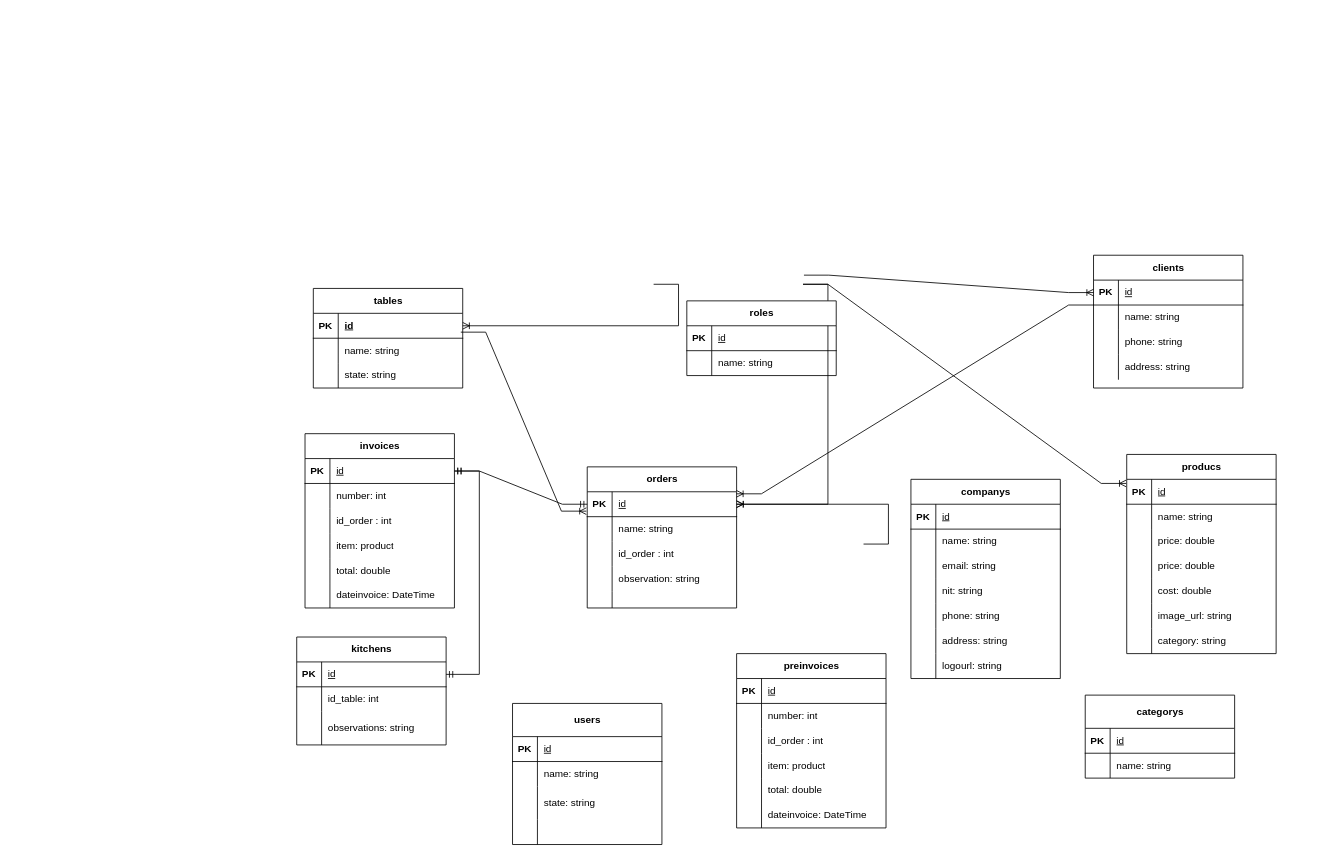
Before: page "ER" (2 of 3) of Documents/Diagrama sin título.drawio in KevinAlvarezD/RestAdmin, a draw.io diagram. Source tidied: cells renumbered, new cells numbered last; positions are measured from the earlier drawing's top-left corner, leaving out a move shared by most shapes. Both pictures are drawn from the tidied source at 83%, with x=0, y=0 at pixel (296, 222).
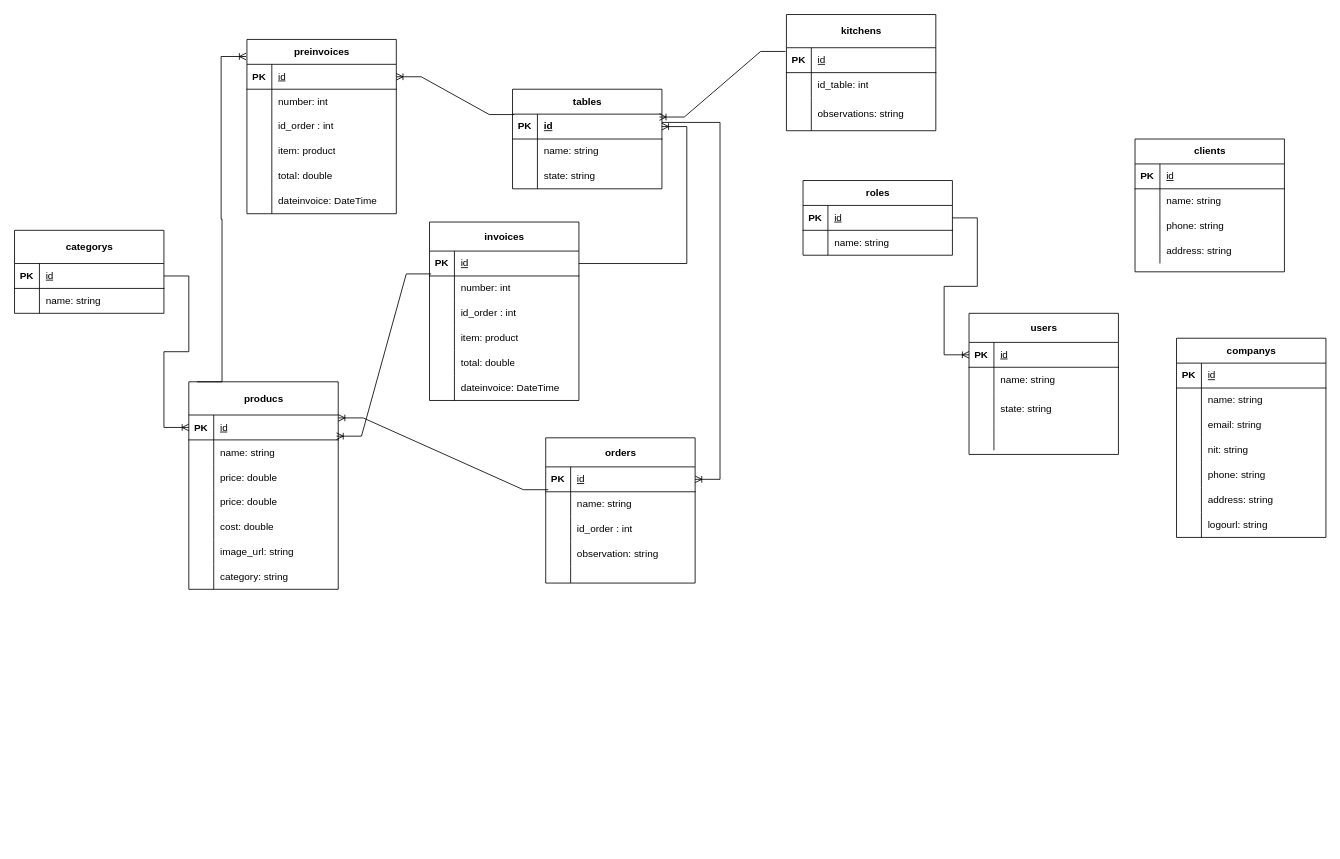
The same diagram, later.

Commit message:
the corresponding ratios are added

The change refers to these unchanged cells:
```xml
<mxCell id="38" style="shape=tableRow;horizontal=0;startSize=0;swimlaneHead=0;swimlaneBody=0;fillColor=none;points=[[0,0.5],[1,0.5]];portConstraint=eastwest;top=0;left=0;right=0;bottom=1;" parent="37" vertex="1">
  <mxGeometry y="30" width="180" height="30" as="geometry" />
</mxCell>
<mxCell id="80" style="shape=tableRow;horizontal=0;startSize=0;swimlaneHead=0;swimlaneBody=0;fillColor=none;points=[[0,0.5],[1,0.5]];portConstraint=eastwest;top=0;left=0;right=0;bottom=1;" parent="79" vertex="1">
  <mxGeometry y="30" width="180" height="30" as="geometry" />
</mxCell>
<mxCell id="115" style="shape=tableRow;horizontal=0;startSize=0;swimlaneHead=0;swimlaneBody=0;fillColor=none;points=[[0,0.5],[1,0.5]];portConstraint=eastwest;top=0;left=0;right=0;bottom=1;" parent="114" vertex="1">
  <mxGeometry y="30" width="180" height="30" as="geometry" />
</mxCell>
<mxCell id="122" style="shape=tableRow;horizontal=0;startSize=0;swimlaneHead=0;swimlaneBody=0;fillColor=none;points=[[0,0.5],[1,0.5]];portConstraint=eastwest;top=0;left=0;right=0;bottom=1;" parent="121" vertex="1">
  <mxGeometry y="30" width="180" height="30" as="geometry" />
</mxCell>
<mxCell id="163" style="shape=tableRow;horizontal=0;startSize=0;swimlaneHead=0;swimlaneBody=0;fillColor=none;points=[[0,0.5],[1,0.5]];portConstraint=eastwest;top=0;left=0;right=0;bottom=1;" parent="162" vertex="1">
  <mxGeometry y="40" width="180" height="30" as="geometry" />
</mxCell>
```

Change to the diagram source:
```diff
@@
-    <mxCell id="2" value="invoices" style="shape=table;startSize=30;childLayout=tableLayout;rowLines=0;fontStyle=1;align=center;html=1;" parent="1" vertex="1">
-      <mxGeometry x="10" y="255" width="180" height="210" as="geometry" />
+    <mxCell id="2" value="invoices" style="shape=table;startSize=35;childLayout=tableLayout;rowLines=0;fontStyle=1;align=center;html=1;" parent="1" vertex="1">
+      <mxGeometry x="160" width="180" height="215" as="geometry" />
     </mxCell>
     <mxCell id="3" style="shape=tableRow;horizontal=0;startSize=0;swimlaneHead=0;swimlaneBody=0;fillColor=none;points=[[0,0.5],[1,0.5]];portConstraint=eastwest;top=0;left=0;right=0;bottom=1;" parent="2" vertex="1">
-      <mxGeometry y="30" width="180" height="30" as="geometry" />
+      <mxGeometry y="35" width="180" height="30" as="geometry" />
     </mxCell>
@@
     <mxCell id="6" style="shape=tableRow;horizontal=0;startSize=0;swimlaneHead=0;swimlaneBody=0;fillColor=none;top=0;left=0;right=0;bottom=0;" parent="2" vertex="1">
-      <mxGeometry y="60" width="180" height="30" as="geometry" />
+      <mxGeometry y="65" width="180" height="30" as="geometry" />
     </mxCell>
@@
     <mxCell id="9" style="shape=tableRow;horizontal=0;startSize=0;swimlaneHead=0;swimlaneBody=0;fillColor=none;top=0;left=0;right=0;bottom=0;" parent="2" vertex="1">
-      <mxGeometry y="90" width="180" height="30" as="geometry" />
+      <mxGeometry y="95" width="180" height="30" as="geometry" />
     </mxCell>
@@
     <mxCell id="12" style="shape=tableRow;horizontal=0;startSize=0;swimlaneHead=0;swimlaneBody=0;fillColor=none;top=0;left=0;right=0;bottom=0;" parent="2" vertex="1">
-      <mxGeometry y="120" width="180" height="30" as="geometry" />
+      <mxGeometry y="125" width="180" height="30" as="geometry" />
     </mxCell>
@@
     <mxCell id="15" style="shape=tableRow;horizontal=0;startSize=0;swimlaneHead=0;swimlaneBody=0;fillColor=none;top=0;left=0;right=0;bottom=0;" parent="2" vertex="1">
-      <mxGeometry y="150" width="180" height="30" as="geometry" />
+      <mxGeometry y="155" width="180" height="30" as="geometry" />
     </mxCell>
@@
     <mxCell id="18" style="shape=tableRow;horizontal=0;startSize=0;swimlaneHead=0;swimlaneBody=0;fillColor=none;top=0;left=0;right=0;bottom=0;" parent="2" vertex="1">
-      <mxGeometry y="180" width="180" height="30" as="geometry" />
+      <mxGeometry y="185" width="180" height="30" as="geometry" />
     </mxCell>
@@
-    <mxCell id="21" value="orders" style="shape=table;startSize=30;childLayout=tableLayout;rowLines=0;fontStyle=1;align=center;html=1;" parent="1" vertex="1">
-      <mxGeometry x="350" y="295" width="180" height="170" as="geometry" />
+    <mxCell id="21" value="orders" style="shape=table;startSize=35;childLayout=tableLayout;rowLines=0;fontStyle=1;align=center;html=1;" parent="1" vertex="1">
+      <mxGeometry x="300" y="260" width="180" height="175" as="geometry" />
     </mxCell>
     <mxCell id="22" style="shape=tableRow;horizontal=0;startSize=0;swimlaneHead=0;swimlaneBody=0;fillColor=none;points=[[0,0.5],[1,0.5]];portConstraint=eastwest;top=0;left=0;right=0;bottom=1;" parent="21" vertex="1">
-      <mxGeometry y="30" width="180" height="30" as="geometry" />
+      <mxGeometry y="35" width="180" height="30" as="geometry" />
     </mxCell>
@@
     <mxCell id="25" style="shape=tableRow;horizontal=0;startSize=0;swimlaneHead=0;swimlaneBody=0;fillColor=none;points=[[0,0.5],[1,0.5]];portConstraint=eastwest;top=0;left=0;right=0;bottom=0;" parent="21" vertex="1">
-      <mxGeometry y="60" width="180" height="30" as="geometry" />
+      <mxGeometry y="65" width="180" height="30" as="geometry" />
     </mxCell>
@@
     <mxCell id="28" style="shape=tableRow;horizontal=0;startSize=0;swimlaneHead=0;swimlaneBody=0;fillColor=none;top=0;left=0;right=0;bottom=0;" parent="21" vertex="1">
-      <mxGeometry y="90" width="180" height="30" as="geometry" />
+      <mxGeometry y="95" width="180" height="30" as="geometry" />
     </mxCell>
@@
     <mxCell id="31" style="shape=tableRow;horizontal=0;startSize=0;swimlaneHead=0;swimlaneBody=0;fillColor=none;top=0;left=0;right=0;bottom=0;" parent="21" vertex="1">
-      <mxGeometry y="120" width="180" height="30" as="geometry" />
+      <mxGeometry y="125" width="180" height="30" as="geometry" />
     </mxCell>
@@
     <mxCell id="34" style="shape=tableRow;horizontal=0;startSize=0;swimlaneHead=0;swimlaneBody=0;fillColor=none;top=0;left=0;right=0;bottom=0;" parent="21" vertex="1">
-      <mxGeometry y="150" width="180" height="20" as="geometry" />
+      <mxGeometry y="155" width="180" height="20" as="geometry" />
     </mxCell>
@@
     <mxCell id="37" value="tables" style="shape=table;startSize=30;childLayout=tableLayout;rowLines=0;fontStyle=1;align=center;html=1;" parent="1" vertex="1">
-      <mxGeometry x="20" y="80" width="180" height="120" as="geometry" />
+      <mxGeometry x="260" y="-160" width="180" height="120" as="geometry" />
     </mxCell>
@@
-    <mxCell id="47" value="producs" style="shape=table;startSize=30;childLayout=tableLayout;rowLines=0;fontStyle=1;align=center;html=1;" parent="1" vertex="1">
-      <mxGeometry x="1000" y="280" width="180" height="240" as="geometry" />
+    <mxCell id="47" value="producs" style="shape=table;startSize=40;childLayout=tableLayout;rowLines=0;fontStyle=1;align=center;html=1;" parent="1" vertex="1">
+      <mxGeometry x="-130" y="192.5" width="180" height="250" as="geometry" />
     </mxCell>
     <mxCell id="48" style="shape=tableRow;horizontal=0;startSize=0;swimlaneHead=0;swimlaneBody=0;fillColor=none;points=[[0,0.5],[1,0.5]];portConstraint=eastwest;top=0;left=0;right=0;bottom=1;" parent="47" vertex="1">
-      <mxGeometry y="30" width="180" height="30" as="geometry" />
+      <mxGeometry y="40" width="180" height="30" as="geometry" />
     </mxCell>
@@
     <mxCell id="51" style="shape=tableRow;horizontal=0;startSize=0;swimlaneHead=0;swimlaneBody=0;fillColor=none;top=0;left=0;right=0;bottom=0;" parent="47" vertex="1">
-      <mxGeometry y="60" width="180" height="30" as="geometry" />
+      <mxGeometry y="70" width="180" height="30" as="geometry" />
     </mxCell>
@@
     <mxCell id="54" style="shape=tableRow;horizontal=0;startSize=0;swimlaneHead=0;swimlaneBody=0;fillColor=none;top=0;left=0;right=0;bottom=0;" parent="47" vertex="1">
-      <mxGeometry y="90" width="180" height="30" as="geometry" />
+      <mxGeometry y="100" width="180" height="30" as="geometry" />
     </mxCell>
@@
     <mxCell id="57" style="shape=tableRow;horizontal=0;startSize=0;swimlaneHead=0;swimlaneBody=0;fillColor=none;top=0;left=0;right=0;bottom=0;" parent="47" vertex="1">
-      <mxGeometry y="120" width="180" height="30" as="geometry" />
+      <mxGeometry y="130" width="180" height="30" as="geometry" />
     </mxCell>
@@
     <mxCell id="60" style="shape=tableRow;horizontal=0;startSize=0;swimlaneHead=0;swimlaneBody=0;fillColor=none;top=0;left=0;right=0;bottom=0;" parent="47" vertex="1">
-      <mxGeometry y="150" width="180" height="30" as="geometry" />
+      <mxGeometry y="160" width="180" height="30" as="geometry" />
     </mxCell>
@@
     <mxCell id="63" style="shape=tableRow;horizontal=0;startSize=0;swimlaneHead=0;swimlaneBody=0;fillColor=none;top=0;left=0;right=0;bottom=0;" parent="47" vertex="1">
-      <mxGeometry y="180" width="180" height="30" as="geometry" />
+      <mxGeometry y="190" width="180" height="30" as="geometry" />
     </mxCell>
@@
     <mxCell id="66" style="shape=tableRow;horizontal=0;startSize=0;swimlaneHead=0;swimlaneBody=0;fillColor=none;top=0;left=0;right=0;bottom=0;" parent="47" vertex="1">
-      <mxGeometry y="210" width="180" height="30" as="geometry" />
+      <mxGeometry y="220" width="180" height="30" as="geometry" />
     </mxCell>
@@
-    <mxCell id="69" value="kitchens" style="shape=table;startSize=30;childLayout=tableLayout;rowLines=0;fontStyle=1;align=center;html=1;" parent="1" vertex="1">
-      <mxGeometry y="500" width="180" height="130" as="geometry" />
+    <mxCell id="69" value="kitchens" style="shape=table;startSize=40;childLayout=tableLayout;rowLines=0;fontStyle=1;align=center;html=1;" parent="1" vertex="1">
+      <mxGeometry x="590" y="-250" width="180" height="140" as="geometry" />
     </mxCell>
     <mxCell id="70" style="shape=tableRow;horizontal=0;startSize=0;swimlaneHead=0;swimlaneBody=0;fillColor=none;points=[[0,0.5],[1,0.5]];portConstraint=eastwest;top=0;left=0;right=0;bottom=1;" parent="69" vertex="1">
-      <mxGeometry y="30" width="180" height="30" as="geometry" />
+      <mxGeometry y="40" width="180" height="30" as="geometry" />
     </mxCell>
@@
     <mxCell id="73" style="shape=tableRow;horizontal=0;startSize=0;swimlaneHead=0;swimlaneBody=0;fillColor=none;top=0;left=0;right=0;bottom=0;" parent="69" vertex="1">
-      <mxGeometry y="60" width="180" height="30" as="geometry" />
+      <mxGeometry y="70" width="180" height="30" as="geometry" />
     </mxCell>
@@
     <mxCell id="76" style="shape=tableRow;horizontal=0;startSize=0;swimlaneHead=0;swimlaneBody=0;fillColor=none;top=0;left=0;right=0;bottom=0;" parent="69" vertex="1">
-      <mxGeometry y="90" width="180" height="40" as="geometry" />
+      <mxGeometry y="100" width="180" height="40" as="geometry" />
     </mxCell>
@@
     <mxCell id="79" value="clients" style="shape=table;startSize=30;childLayout=tableLayout;rowLines=0;fontStyle=1;align=center;html=1;" parent="1" vertex="1">
-      <mxGeometry x="960" y="40" width="180" height="160" as="geometry" />
+      <mxGeometry x="1010" y="-100" width="180" height="160" as="geometry" />
     </mxCell>
@@
-    <mxCell id="92" style="edgeStyle=entityRelationEdgeStyle;fontSize=12;html=1;endArrow=ERmandOne;startArrow=ERmandOne;rounded=0;exitX=1;exitY=0.5;exitDx=0;exitDy=0;" parent="1" edge="1" source="3" target="22">
-      <mxGeometry relative="1" as="geometry">
-        <Array as="points">
-          <mxPoint x="890" y="465" />
-          <mxPoint x="890" y="465" />
-          <mxPoint x="910" y="360" />
-        </Array>
-      </mxGeometry>
-    </mxCell>
-    <mxCell id="93" style="edgeStyle=entityRelationEdgeStyle;fontSize=12;html=1;endArrow=ERoneToMany;rounded=0;exitX=-0.006;exitY=0.267;exitDx=0;exitDy=0;exitPerimeter=0;" parent="1" edge="1" target="22">
-      <mxGeometry relative="1" as="geometry">
-        <mxPoint x="682.9" y="388" as="sourcePoint" />
-        <Array as="points">
-          <mxPoint x="1020" y="580" />
-        </Array>
-      </mxGeometry>
-    </mxCell>
-    <mxCell id="94" style="edgeStyle=entityRelationEdgeStyle;fontSize=12;html=1;endArrow=ERoneToMany;rounded=0;entryX=-0.006;entryY=0.778;entryDx=0;entryDy=0;exitX=0.987;exitY=0.756;exitDx=0;exitDy=0;exitPerimeter=0;entryPerimeter=0;" parent="1" edge="1" source="38" target="22">
-      <mxGeometry relative="1" as="geometry">
-        <Array as="points">
-          <mxPoint x="700" y="565" />
-          <mxPoint x="730" y="575" />
-          <mxPoint x="700" y="555" />
-        </Array>
-      </mxGeometry>
-    </mxCell>
-    <mxCell id="95" style="edgeStyle=entityRelationEdgeStyle;fontSize=12;html=1;endArrow=ERoneToMany;rounded=0;exitX=0;exitY=1;exitDx=0;exitDy=0;exitPerimeter=0;entryX=0.999;entryY=0.082;entryDx=0;entryDy=0;entryPerimeter=0;" parent="1" edge="1" source="80" target="22">
-      <mxGeometry relative="1" as="geometry">
-        <Array as="points">
-          <mxPoint x="1357" y="293" />
-          <mxPoint x="1327" y="308" />
-          <mxPoint x="1090" y="402" />
-        </Array>
-      </mxGeometry>
-    </mxCell>
-    <mxCell id="96" style="edgeStyle=entityRelationEdgeStyle;fontSize=12;html=1;endArrow=ERmandOne;startArrow=ERmandOne;rounded=0;entryX=1;entryY=0.5;entryDx=0;entryDy=0;" parent="1" edge="1" source="3" target="70">
-      <mxGeometry relative="1" as="geometry">
-        <Array as="points">
-          <mxPoint x="10" y="340" />
-        </Array>
-      </mxGeometry>
-    </mxCell>
-    <mxCell id="97" style="edgeStyle=entityRelationEdgeStyle;fontSize=12;html=1;endArrow=ERoneToMany;rounded=0;" parent="1" edge="1" target="22">
-      <mxGeometry relative="1" as="geometry">
-        <mxPoint x="610" y="75" as="sourcePoint" />
-        <Array as="points">
-          <mxPoint x="860" />
-          <mxPoint x="820" y="589" />
-          <mxPoint x="830" y="660" />
-          <mxPoint x="880" y="90" />
-          <mxPoint x="890" y="60" />
-        </Array>
-      </mxGeometry>
-    </mxCell>
-    <mxCell id="98" style="edgeStyle=entityRelationEdgeStyle;fontSize=12;html=1;endArrow=ERoneToMany;rounded=0;entryX=0;entryY=0.5;entryDx=0;entryDy=0;exitX=1.006;exitY=0.133;exitDx=0;exitDy=0;exitPerimeter=0;" parent="1" edge="1" target="80">
+    <mxCell id="98" style="edgeStyle=entityRelationEdgeStyle;fontSize=12;html=1;endArrow=ERoneToMany;rounded=0;exitX=0.017;exitY=-0.083;exitDx=0;exitDy=0;entryX=1;entryY=0.117;entryDx=0;entryDy=0;exitPerimeter=0;entryPerimeter=0;" parent="1" edge="1" source="25" target="48">
       <mxGeometry relative="1" as="geometry">
-        <mxPoint x="611.1" y="64" as="sourcePoint" />
+        <Array as="points">
+          <mxPoint x="708.9" y="106" />
+          <mxPoint x="608.9" y="136" />
+          <mxPoint x="628.9" y="146" />
+        </Array>
       </mxGeometry>
     </mxCell>
-    <mxCell id="99" style="edgeStyle=entityRelationEdgeStyle;fontSize=12;html=1;endArrow=ERoneToMany;rounded=0;exitX=0;exitY=0.5;exitDx=0;exitDy=0;entryX=1;entryY=0.5;entryDx=0;entryDy=0;" parent="1" edge="1" target="38">
-      <mxGeometry relative="1" as="geometry">
-        <mxPoint x="430" y="75" as="sourcePoint" />
-      </mxGeometry>
+    <mxCell id="99" style="edgeStyle=entityRelationEdgeStyle;fontSize=12;html=1;endArrow=ERoneToMany;rounded=0;exitX=1;exitY=0.5;exitDx=0;exitDy=0;" parent="1" edge="1" source="3" target="38">
+      <mxGeometry relative="1" as="geometry" />
     </mxCell>
-    <mxCell id="100" style="edgeStyle=entityRelationEdgeStyle;fontSize=12;html=1;endArrow=ERoneToMany;rounded=0;exitX=1;exitY=0.5;exitDx=0;exitDy=0;entryX=-0.004;entryY=0.165;entryDx=0;entryDy=0;entryPerimeter=0;" parent="1" edge="1" target="48">
-      <mxGeometry relative="1" as="geometry">
-        <mxPoint x="610" y="75" as="sourcePoint" />
-      </mxGeometry>
-    </mxCell>
-    <mxCell id="101" value="users" style="shape=table;startSize=40;childLayout=tableLayout;rowLines=0;fontStyle=1;align=center;html=1;" parent="1" vertex="1">
-      <mxGeometry x="260" y="580" width="180" height="170" as="geometry" />
+    <mxCell id="101" value="users" style="shape=table;startSize=35;childLayout=tableLayout;rowLines=0;fontStyle=1;align=center;html=1;" parent="1" vertex="1">
+      <mxGeometry x="810" y="110" width="180" height="170" as="geometry" />
     </mxCell>
     <mxCell id="102" style="shape=tableRow;horizontal=0;startSize=0;swimlaneHead=0;swimlaneBody=0;fillColor=none;points=[[0,0.5],[1,0.5]];portConstraint=eastwest;top=0;left=0;right=0;bottom=1;" parent="101" vertex="1">
-      <mxGeometry y="40" width="180" height="30" as="geometry" />
+      <mxGeometry y="35" width="180" height="30" as="geometry" />
     </mxCell>
@@
     <mxCell id="105" style="shape=tableRow;horizontal=0;startSize=0;swimlaneHead=0;swimlaneBody=0;fillColor=none;top=0;left=0;right=0;bottom=0;" parent="101" vertex="1">
-      <mxGeometry y="70" width="180" height="30" as="geometry" />
+      <mxGeometry y="65" width="180" height="30" as="geometry" />
     </mxCell>
@@
     <mxCell id="108" style="shape=tableRow;horizontal=0;startSize=0;swimlaneHead=0;swimlaneBody=0;fillColor=none;top=0;left=0;right=0;bottom=0;" parent="101" vertex="1">
-      <mxGeometry y="100" width="180" height="40" as="geometry" />
+      <mxGeometry y="95" width="180" height="40" as="geometry" />
     </mxCell>
@@
     <mxCell id="111" style="shape=tableRow;horizontal=0;startSize=0;swimlaneHead=0;swimlaneBody=0;fillColor=none;top=0;left=0;right=0;bottom=0;" parent="101" vertex="1">
-      <mxGeometry y="140" width="180" height="30" as="geometry" />
+      <mxGeometry y="135" width="180" height="30" as="geometry" />
     </mxCell>
@@
     <mxCell id="114" value="roles" style="shape=table;startSize=30;childLayout=tableLayout;rowLines=0;fontStyle=1;align=center;html=1;" parent="1" vertex="1">
-      <mxGeometry x="470" y="95" width="180" height="90" as="geometry" />
+      <mxGeometry x="610" y="-50" width="180" height="90" as="geometry" />
     </mxCell>
@@
     <mxCell id="121" value="preinvoices" style="shape=table;startSize=30;childLayout=tableLayout;rowLines=0;fontStyle=1;align=center;html=1;" parent="1" vertex="1">
-      <mxGeometry x="530" y="520" width="180" height="210" as="geometry" />
+      <mxGeometry x="-60" y="-220" width="180" height="210" as="geometry" />
     </mxCell>
@@
     <mxCell id="140" value="companys" style="shape=table;startSize=30;childLayout=tableLayout;rowLines=0;fontStyle=1;align=center;html=1;" parent="1" vertex="1">
-      <mxGeometry x="740" y="310" width="180" height="240" as="geometry" />
+      <mxGeometry x="1060" y="140" width="180" height="240" as="geometry" />
     </mxCell>
@@
     <mxCell id="162" value="categorys" style="shape=table;startSize=40;childLayout=tableLayout;rowLines=0;fontStyle=1;align=center;html=1;" parent="1" vertex="1">
-      <mxGeometry x="950" y="570" width="180" height="100" as="geometry" />
+      <mxGeometry x="-340" y="10" width="180" height="100" as="geometry" />
     </mxCell>
@@
+    <mxCell id="169" style="edgeStyle=entityRelationEdgeStyle;fontSize=12;html=1;endArrow=ERoneToMany;rounded=0;" parent="1" edge="1" target="22">
+      <mxGeometry relative="1" as="geometry">
+        <mxPoint x="440" y="-120" as="sourcePoint" />
+      </mxGeometry>
+    </mxCell>
+    <mxCell id="170" style="edgeStyle=entityRelationEdgeStyle;fontSize=12;html=1;endArrow=ERoneToMany;rounded=0;exitX=0.011;exitY=0.017;exitDx=0;exitDy=0;exitPerimeter=0;" parent="1" edge="1" source="38" target="122">
+      <mxGeometry relative="1" as="geometry">
+        <Array as="points">
+          <mxPoint x="448" y="15" />
+          <mxPoint x="438" y="25" />
+        </Array>
+      </mxGeometry>
+    </mxCell>
+    <mxCell id="171" style="edgeStyle=entityRelationEdgeStyle;fontSize=12;html=1;endArrow=ERoneToMany;rounded=0;exitX=0.011;exitY=0.917;exitDx=0;exitDy=0;entryX=0.989;entryY=0.85;entryDx=0;entryDy=0;exitPerimeter=0;entryPerimeter=0;" parent="1" edge="1" source="3" target="48">
+      <mxGeometry relative="1" as="geometry" />
+    </mxCell>
+    <mxCell id="172" style="edgeStyle=entityRelationEdgeStyle;fontSize=12;html=1;endArrow=ERoneToMany;rounded=0;exitX=0;exitY=0.5;exitDx=0;exitDy=0;entryX=-0.006;entryY=0.098;entryDx=0;entryDy=0;entryPerimeter=0;" parent="1" edge="1" target="121">
+      <mxGeometry relative="1" as="geometry">
+        <mxPoint x="-120" y="192.5" as="sourcePoint" />
+        <Array as="points">
+          <mxPoint x="-268.9" y="-20" />
+          <mxPoint x="-238.9" y="90" />
+          <mxPoint x="-228.9" y="100" />
+        </Array>
+      </mxGeometry>
+    </mxCell>
+    <mxCell id="173" style="edgeStyle=entityRelationEdgeStyle;fontSize=12;html=1;endArrow=ERoneToMany;rounded=0;entryX=0;entryY=0.5;entryDx=0;entryDy=0;" parent="1" edge="1" source="163" target="48">
+      <mxGeometry relative="1" as="geometry">
+        <Array as="points">
+          <mxPoint x="-308.9" y="440" />
+          <mxPoint x="-278.9" y="550" />
+          <mxPoint x="-268.9" y="560" />
+        </Array>
+      </mxGeometry>
+    </mxCell>
+    <mxCell id="174" style="edgeStyle=entityRelationEdgeStyle;fontSize=12;html=1;endArrow=ERoneToMany;rounded=0;entryX=0;entryY=0.5;entryDx=0;entryDy=0;" parent="1" edge="1" source="115" target="102">
+      <mxGeometry relative="1" as="geometry" />
+    </mxCell>
+    <mxCell id="175" style="edgeStyle=entityRelationEdgeStyle;fontSize=12;html=1;endArrow=ERoneToMany;rounded=0;exitX=-0.006;exitY=0.15;exitDx=0;exitDy=0;exitPerimeter=0;entryX=0.983;entryY=0.117;entryDx=0;entryDy=0;entryPerimeter=0;" parent="1" edge="1" source="70" target="38">
+      <mxGeometry relative="1" as="geometry">
+        <Array as="points">
+          <mxPoint x="858" y="-196" />
+          <mxPoint x="848" y="-186" />
+          <mxPoint x="440" y="-150" />
+        </Array>
+      </mxGeometry>
+    </mxCell>
```
